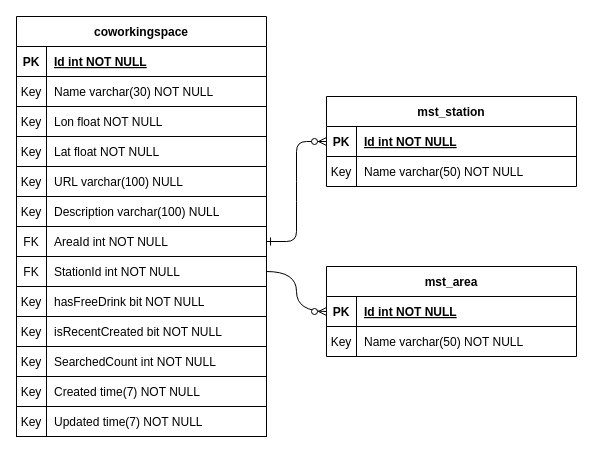
Above: ER.drawio in kannna5296/MapApp (draw.io), before the change. Source tidied: cells renumbered, new cells numbered last; positions are measured from the earlier drawing's top-left corner, leaving out a move shared by most shapes. Both pictures are drawn from the tidied source at 100%, with x=0, y=0 at pixel (16, 16).
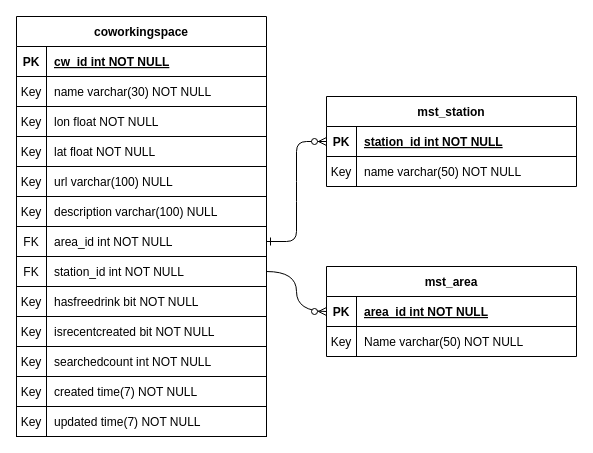
The same page after the edit.

The change refers to these unchanged cells:
```xml
<mxCell id="4" style="shape=partialRectangle;fillColor=none;points=[[0,0.5],[1,0.5]];portConstraint=eastwest;top=0;left=0;right=0;bottom=1;" parent="3" vertex="1">
  <mxGeometry y="30" width="250" height="30" as="geometry" />
</mxCell>
<mxCell id="7" style="shape=partialRectangle;fillColor=none;top=0;left=0;right=0;bottom=0;" parent="3" vertex="1">
  <mxGeometry y="60" width="250" height="30" as="geometry" />
</mxCell>
<mxCell id="11" style="shape=partialRectangle;fillColor=none;points=[[0,0.5],[1,0.5]];portConstraint=eastwest;top=0;left=0;right=0;bottom=1;" parent="10" vertex="1">
  <mxGeometry y="30" width="250" height="30" as="geometry" />
</mxCell>
<mxCell id="18" style="shape=partialRectangle;fillColor=none;top=0;left=0;right=0;bottom=1;" parent="17" vertex="1">
  <mxGeometry y="30" width="250" height="30" as="geometry" />
</mxCell>
<mxCell id="21" style="shape=partialRectangle;fillColor=none;top=0;left=0;right=0;bottom=0;" parent="17" vertex="1">
  <mxGeometry y="60" width="250" height="30" as="geometry" />
</mxCell>
<mxCell id="24" style="shape=partialRectangle;fillColor=none;top=0;left=0;right=0;bottom=0;" parent="17" vertex="1">
  <mxGeometry y="90" width="250" height="30" as="geometry" />
</mxCell>
<mxCell id="27" style="shape=partialRectangle;fillColor=none;top=0;left=0;right=0;bottom=0;" parent="17" vertex="1">
  <mxGeometry y="120" width="250" height="30" as="geometry" />
</mxCell>
<mxCell id="30" style="shape=partialRectangle;fillColor=none;top=0;left=0;right=0;bottom=0;" parent="17" vertex="1">
  <mxGeometry y="150" width="250" height="30" as="geometry" />
</mxCell>
<mxCell id="33" style="shape=partialRectangle;fillColor=none;top=0;left=0;right=0;bottom=0;" parent="17" vertex="1">
  <mxGeometry y="180" width="250" height="30" as="geometry" />
</mxCell>
<mxCell id="36" style="shape=partialRectangle;fillColor=none;points=[[0,0.5],[1,0.5]];portConstraint=eastwest;top=0;left=0;right=0;bottom=0;" parent="17" vertex="1">
  <mxGeometry y="210" width="250" height="30" as="geometry" />
</mxCell>
<mxCell id="39" style="shape=partialRectangle;fillColor=none;points=[[0,0.5],[1,0.5]];portConstraint=eastwest;top=0;left=0;right=0;bottom=0;" parent="17" vertex="1">
  <mxGeometry y="240" width="250" height="30" as="geometry" />
</mxCell>
<mxCell id="42" style="shape=partialRectangle;fillColor=none;top=0;left=0;right=0;bottom=0;" parent="17" vertex="1">
  <mxGeometry y="270" width="250" height="30" as="geometry" />
</mxCell>
<mxCell id="45" style="shape=partialRectangle;fillColor=none;top=0;left=0;right=0;bottom=0;" parent="17" vertex="1">
  <mxGeometry y="300" width="250" height="30" as="geometry" />
</mxCell>
<mxCell id="48" style="shape=partialRectangle;fillColor=none;top=0;left=0;right=0;bottom=0;" parent="17" vertex="1">
  <mxGeometry y="330" width="250" height="30" as="geometry" />
</mxCell>
<mxCell id="51" style="shape=partialRectangle;fillColor=none;top=0;left=0;right=0;bottom=0;" parent="17" vertex="1">
  <mxGeometry y="360" width="250" height="30" as="geometry" />
</mxCell>
<mxCell id="54" style="shape=partialRectangle;fillColor=none;top=0;left=0;right=0;bottom=0;" parent="17" vertex="1">
  <mxGeometry y="390" width="250" height="30" as="geometry" />
</mxCell>
```

Diff of the diagram source:
```diff
@@
-    <mxCell id="6" value="Id int NOT NULL " style="shape=partialRectangle;overflow=hidden;fillColor=none;top=0;left=0;bottom=0;right=0;align=left;spacingLeft=6;fontStyle=5;" parent="4" vertex="1">
+    <mxCell id="6" value="station_id int NOT NULL " style="shape=partialRectangle;overflow=hidden;fillColor=none;top=0;left=0;bottom=0;right=0;align=left;spacingLeft=6;fontStyle=5;" parent="4" vertex="1">
       <mxGeometry x="30" width="220" height="30" as="geometry" />
     </mxCell>
@@
-    <mxCell id="9" value="Name varchar(50) NOT NULL" style="shape=partialRectangle;overflow=hidden;fillColor=none;top=0;left=0;bottom=0;right=0;align=left;spacingLeft=6;" parent="7" vertex="1">
+    <mxCell id="9" value="name varchar(50) NOT NULL" style="shape=partialRectangle;overflow=hidden;fillColor=none;top=0;left=0;bottom=0;right=0;align=left;spacingLeft=6;" parent="7" vertex="1">
       <mxGeometry x="30" width="220" height="30" as="geometry" />
     </mxCell>
@@
-    <mxCell id="13" value="Id int NOT NULL " style="shape=partialRectangle;overflow=hidden;fillColor=none;top=0;left=0;bottom=0;right=0;align=left;spacingLeft=6;fontStyle=5;" parent="11" vertex="1">
+    <mxCell id="13" value="area_id int NOT NULL " style="shape=partialRectangle;overflow=hidden;fillColor=none;top=0;left=0;bottom=0;right=0;align=left;spacingLeft=6;fontStyle=5;" parent="11" vertex="1">
       <mxGeometry x="30" width="220" height="30" as="geometry" />
     </mxCell>
@@
-    <mxCell id="20" value="Id int NOT NULL " style="shape=partialRectangle;overflow=hidden;fillColor=none;top=0;left=0;bottom=0;right=0;align=left;spacingLeft=6;fontStyle=5;" parent="18" vertex="1">
+    <mxCell id="20" value="cw_id int NOT NULL " style="shape=partialRectangle;overflow=hidden;fillColor=none;top=0;left=0;bottom=0;right=0;align=left;spacingLeft=6;fontStyle=5;" parent="18" vertex="1">
       <mxGeometry x="30" width="220" height="30" as="geometry" />
     </mxCell>
@@
-    <mxCell id="23" value="Name varchar(30) NOT NULL" style="shape=partialRectangle;overflow=hidden;top=1;left=0;bottom=1;right=0;align=left;spacingLeft=6;fillColor=none;" parent="21" vertex="1">
+    <mxCell id="23" value="name varchar(30) NOT NULL" style="shape=partialRectangle;overflow=hidden;top=1;left=0;bottom=1;right=0;align=left;spacingLeft=6;fillColor=none;" parent="21" vertex="1">
       <mxGeometry x="30" width="220" height="30" as="geometry" />
     </mxCell>
@@
-    <mxCell id="26" value="Lon float NOT NULL" style="shape=partialRectangle;overflow=hidden;fillColor=none;top=0;left=0;bottom=1;right=0;align=left;spacingLeft=6;" parent="24" vertex="1">
+    <mxCell id="26" value="lon float NOT NULL" style="shape=partialRectangle;overflow=hidden;fillColor=none;top=0;left=0;bottom=1;right=0;align=left;spacingLeft=6;" parent="24" vertex="1">
       <mxGeometry x="30" width="220" height="30" as="geometry" />
     </mxCell>
@@
-    <mxCell id="29" value="Lat float NOT NULL" style="shape=partialRectangle;overflow=hidden;fillColor=none;top=0;left=0;bottom=1;right=0;align=left;spacingLeft=6;" parent="27" vertex="1">
+    <mxCell id="29" value="lat float NOT NULL" style="shape=partialRectangle;overflow=hidden;fillColor=none;top=0;left=0;bottom=1;right=0;align=left;spacingLeft=6;" parent="27" vertex="1">
       <mxGeometry x="30" width="220" height="30" as="geometry" />
     </mxCell>
@@
-    <mxCell id="32" value="URL varchar(100) NULL" style="shape=partialRectangle;overflow=hidden;fillColor=none;top=0;left=0;bottom=1;right=0;align=left;spacingLeft=6;" parent="30" vertex="1">
+    <mxCell id="32" value="url varchar(100) NULL" style="shape=partialRectangle;overflow=hidden;fillColor=none;top=0;left=0;bottom=1;right=0;align=left;spacingLeft=6;" parent="30" vertex="1">
       <mxGeometry x="30" width="220" height="30" as="geometry" />
     </mxCell>
@@
-    <mxCell id="35" value="Description varchar(100) NULL" style="shape=partialRectangle;overflow=hidden;fillColor=none;top=0;left=0;bottom=1;right=0;align=left;spacingLeft=6;" parent="33" vertex="1">
+    <mxCell id="35" value="description varchar(100) NULL" style="shape=partialRectangle;overflow=hidden;fillColor=none;top=0;left=0;bottom=1;right=0;align=left;spacingLeft=6;" parent="33" vertex="1">
       <mxGeometry x="30" width="220" height="30" as="geometry" />
     </mxCell>
@@
-    <mxCell id="38" value="AreaId int NOT NULL" style="shape=partialRectangle;overflow=hidden;fillColor=none;top=0;left=0;bottom=1;right=0;align=left;spacingLeft=6;" parent="36" vertex="1">
+    <mxCell id="38" value="area_id int NOT NULL" style="shape=partialRectangle;overflow=hidden;fillColor=none;top=0;left=0;bottom=1;right=0;align=left;spacingLeft=6;" parent="36" vertex="1">
       <mxGeometry x="30" width="220" height="30" as="geometry" />
     </mxCell>
@@
-    <mxCell id="41" value="StationId int NOT NULL" style="shape=partialRectangle;overflow=hidden;fillColor=none;top=0;left=0;bottom=1;right=0;align=left;spacingLeft=6;" parent="39" vertex="1">
+    <mxCell id="41" value="station_id int NOT NULL" style="shape=partialRectangle;overflow=hidden;fillColor=none;top=0;left=0;bottom=1;right=0;align=left;spacingLeft=6;" parent="39" vertex="1">
       <mxGeometry x="30" width="220" height="30" as="geometry" />
     </mxCell>
@@
-    <mxCell id="44" value="hasFreeDrink bit NOT NULL" style="shape=partialRectangle;overflow=hidden;fillColor=none;top=0;left=0;bottom=1;right=0;align=left;spacingLeft=6;" parent="42" vertex="1">
+    <mxCell id="44" value="hasfreedrink bit NOT NULL" style="shape=partialRectangle;overflow=hidden;fillColor=none;top=0;left=0;bottom=1;right=0;align=left;spacingLeft=6;" parent="42" vertex="1">
       <mxGeometry x="30" width="220" height="30" as="geometry" />
     </mxCell>
@@
-    <mxCell id="47" value="isRecentCreated bit NOT NULL " style="shape=partialRectangle;overflow=hidden;fillColor=none;top=0;left=0;bottom=1;right=0;align=left;spacingLeft=6;" parent="45" vertex="1">
+    <mxCell id="47" value="isrecentcreated bit NOT NULL " style="shape=partialRectangle;overflow=hidden;fillColor=none;top=0;left=0;bottom=1;right=0;align=left;spacingLeft=6;" parent="45" vertex="1">
       <mxGeometry x="30" width="220" height="30" as="geometry" />
     </mxCell>
@@
-    <mxCell id="50" value="SearchedCount int NOT NULL" style="shape=partialRectangle;overflow=hidden;fillColor=none;top=0;left=0;bottom=1;right=0;align=left;spacingLeft=6;" parent="48" vertex="1">
+    <mxCell id="50" value="searchedcount int NOT NULL" style="shape=partialRectangle;overflow=hidden;fillColor=none;top=0;left=0;bottom=1;right=0;align=left;spacingLeft=6;" parent="48" vertex="1">
       <mxGeometry x="30" width="220" height="30" as="geometry" />
     </mxCell>
@@
-    <mxCell id="53" value="Created time(7) NOT NULL" style="shape=partialRectangle;overflow=hidden;fillColor=none;top=0;left=0;bottom=1;right=0;align=left;spacingLeft=6;" parent="51" vertex="1">
+    <mxCell id="53" value="created time(7) NOT NULL" style="shape=partialRectangle;overflow=hidden;fillColor=none;top=0;left=0;bottom=1;right=0;align=left;spacingLeft=6;" parent="51" vertex="1">
       <mxGeometry x="30" width="220" height="30" as="geometry" />
     </mxCell>
@@
-    <mxCell id="56" value="Updated time(7) NOT NULL" style="shape=partialRectangle;overflow=hidden;fillColor=none;top=0;left=0;bottom=1;right=0;align=left;spacingLeft=6;" parent="54" vertex="1">
+    <mxCell id="56" value="updated time(7) NOT NULL" style="shape=partialRectangle;overflow=hidden;fillColor=none;top=0;left=0;bottom=1;right=0;align=left;spacingLeft=6;" parent="54" vertex="1">
       <mxGeometry x="30" width="220" height="30" as="geometry" />
     </mxCell>
```
